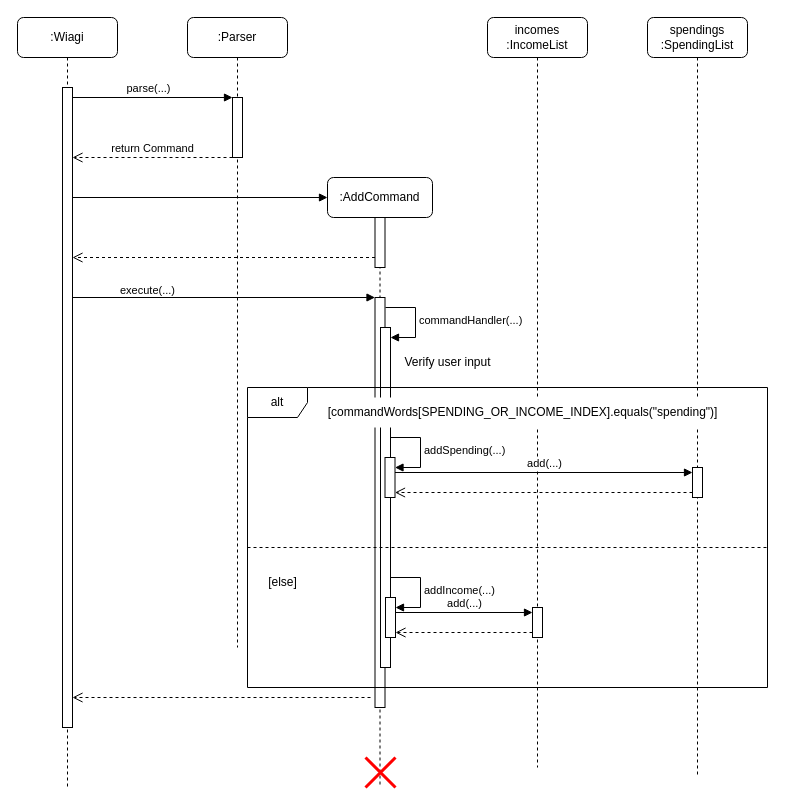
The draw.io diagram docs/Diagrams/addCommand.drawio in wongwh2002/CS2113TeamProject, before the edit. Source tidied: cells renumbered, new cells numbered last; positions are measured from the earlier drawing's top-left corner, leaving out a move shared by most shapes. Both pictures are drawn from the tidied source at 100%, with x=0, y=0 at pixel (17, 17).
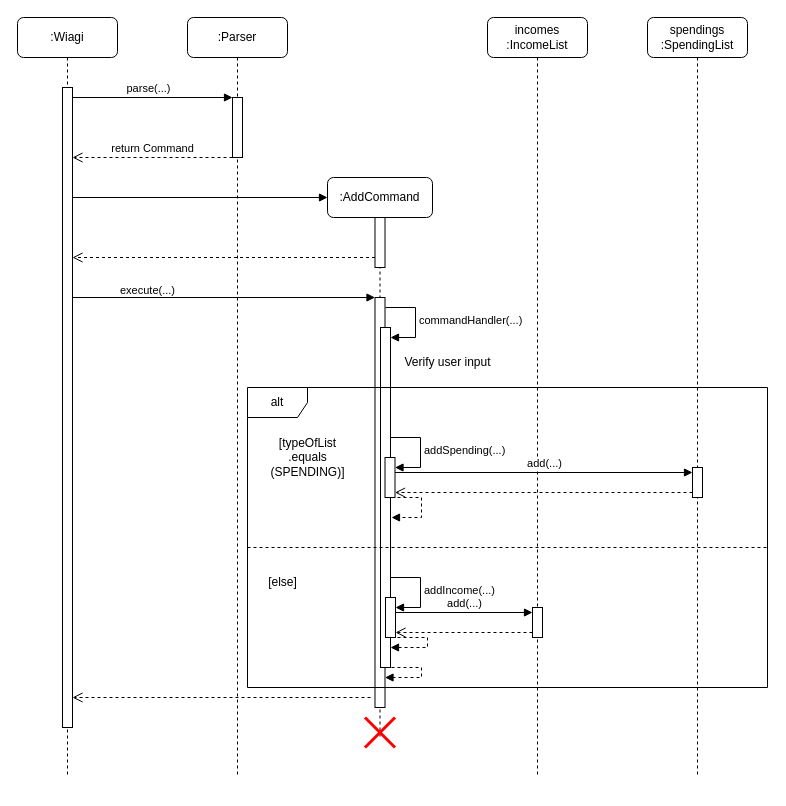
The same page after the edit.

Unchanged cells that the change refers to:
```xml
<mxCell id="6" style="html=1;points=[];perimeter=orthogonalPerimeter;outlineConnect=0;targetShapes=umlLifeline;portConstraint=eastwest;newEdgeStyle={&quot;edgeStyle&quot;:&quot;elbowEdgeStyle&quot;,&quot;elbow&quot;:&quot;vertical&quot;,&quot;curved&quot;:0,&quot;rounded&quot;:0};" parent="4" vertex="1">
  <mxGeometry x="47.5" y="120" width="10" height="410" as="geometry" />
</mxCell>
<mxCell id="7" style="html=1;points=[[0,0,0,0,5],[0,1,0,0,-5],[1,0,0,0,5],[1,1,0,0,-5]];perimeter=orthogonalPerimeter;outlineConnect=0;targetShapes=umlLifeline;portConstraint=eastwest;newEdgeStyle={&quot;curved&quot;:0,&quot;rounded&quot;:0};" parent="4" vertex="1">
  <mxGeometry x="53" y="150" width="10" height="340" as="geometry" />
</mxCell>
```

Change to the diagram source:
```diff
@@
     <mxCell id="2" value=":Wiagi" style="shape=umlLifeline;perimeter=lifelinePerimeter;whiteSpace=wrap;html=1;newEdgeStyle={&quot;edgeStyle&quot;:&quot;elbowEdgeStyle&quot;,&quot;elbow&quot;:&quot;vertical&quot;,&quot;curved&quot;:0,&quot;rounded&quot;:0};rounded=1;" parent="1" vertex="1">
-      <mxGeometry width="100" height="770" as="geometry" />
+      <mxGeometry width="100" height="760" as="geometry" />
     </mxCell>
@@
     <mxCell id="4" value=":AddCommand" style="shape=umlLifeline;rounded=1;whiteSpace=wrap;html=1;outlineConnect=0;portConstraint=eastwest;newEdgeStyle={&quot;curved&quot;:0,&quot;rounded&quot;:0};targetShapes=umlLifeline;participant=label;points=[[0,0,0,0,5],[0,1,0,0,-5],[1,0,0,0,5],[1,1,0,0,-5]];perimeter=rectanglePerimeter;" parent="1" vertex="1">
-      <mxGeometry x="310" y="160" width="105" height="610" as="geometry" />
+      <mxGeometry x="310" y="160" width="105" height="560" as="geometry" />
     </mxCell>
@@
     <mxCell id="10" style="shape=umlDestroy;whiteSpace=wrap;html=1;strokeWidth=3;targetShapes=umlLifeline;strokeColor=#FF0000;" parent="4" vertex="1">
-      <mxGeometry x="38" y="580" width="30" height="30" as="geometry" />
+      <mxGeometry x="37.5" y="540" width="30" height="30" as="geometry" />
     </mxCell>
@@
     <mxCell id="13" value=":Parser" style="shape=umlLifeline;rounded=1;perimeter=lifelinePerimeter;whiteSpace=wrap;html=1;newEdgeStyle={&quot;edgeStyle&quot;:&quot;elbowEdgeStyle&quot;,&quot;elbow&quot;:&quot;vertical&quot;,&quot;curved&quot;:0,&quot;rounded&quot;:0};" parent="1" vertex="1">
-      <mxGeometry x="170" width="100" height="630" as="geometry" />
+      <mxGeometry x="170" width="100" height="760" as="geometry" />
     </mxCell>
@@
     <mxCell id="22" value="incomes :IncomeList" style="shape=umlLifeline;rounded=1;perimeter=lifelinePerimeter;whiteSpace=wrap;html=1;newEdgeStyle={&quot;edgeStyle&quot;:&quot;elbowEdgeStyle&quot;,&quot;elbow&quot;:&quot;vertical&quot;,&quot;curved&quot;:0,&quot;rounded&quot;:0};" parent="1" vertex="1">
-      <mxGeometry x="470" width="100" height="750" as="geometry" />
+      <mxGeometry x="470" width="100" height="760" as="geometry" />
     </mxCell>
@@
-    <mxCell id="26" value="[commandWords[SPENDING_OR_INCOME_INDEX].equals(&quot;spending&quot;)]" style="text;html=1;align=center;verticalAlign=middle;strokeColor=none;fillColor=default;shadow=0;" parent="1" vertex="1">
-      <mxGeometry x="300" y="380" width="410" height="30" as="geometry" />
+    <mxCell id="26" value="[typeOfList&lt;div&gt;.equals&lt;/div&gt;&lt;div&gt;&lt;span style=&quot;background-color: initial;&quot;&gt;(SPENDING)]&lt;/span&gt;&lt;/div&gt;" style="text;html=1;align=center;verticalAlign=middle;strokeColor=none;fillColor=default;shadow=0;" parent="1" vertex="1">
+      <mxGeometry x="240" y="410" width="100" height="60" as="geometry" />
     </mxCell>
@@
+    <mxCell id="36" style="html=1;align=left;spacingLeft=2;endArrow=block;rounded=0;edgeStyle=orthogonalEdgeStyle;curved=0;rounded=0;dashed=1;" parent="1" edge="1" target="7">
+      <mxGeometry relative="1" as="geometry">
+        <mxPoint x="380" y="620" as="sourcePoint" />
+        <Array as="points">
+          <mxPoint x="410" y="620" />
+          <mxPoint x="410" y="630" />
+        </Array>
+      </mxGeometry>
+    </mxCell>
+    <mxCell id="37" style="html=1;align=left;spacingLeft=2;endArrow=block;rounded=0;edgeStyle=orthogonalEdgeStyle;curved=0;rounded=0;dashed=1;" parent="1" edge="1" target="6">
+      <mxGeometry relative="1" as="geometry">
+        <mxPoint x="374" y="650" as="sourcePoint" />
+        <Array as="points">
+          <mxPoint x="404" y="650" />
+          <mxPoint x="404" y="660" />
+        </Array>
+      </mxGeometry>
+    </mxCell>
+    <mxCell id="38" style="html=1;align=left;spacingLeft=2;endArrow=block;rounded=0;edgeStyle=orthogonalEdgeStyle;curved=0;rounded=0;dashed=1;" parent="1" edge="1">
+      <mxGeometry relative="1" as="geometry">
+        <mxPoint x="374" y="480" as="sourcePoint" />
+        <mxPoint x="374" y="500" as="targetPoint" />
+        <Array as="points">
+          <mxPoint x="404" y="480" />
+          <mxPoint x="404" y="500" />
+        </Array>
+      </mxGeometry>
+    </mxCell>
```
